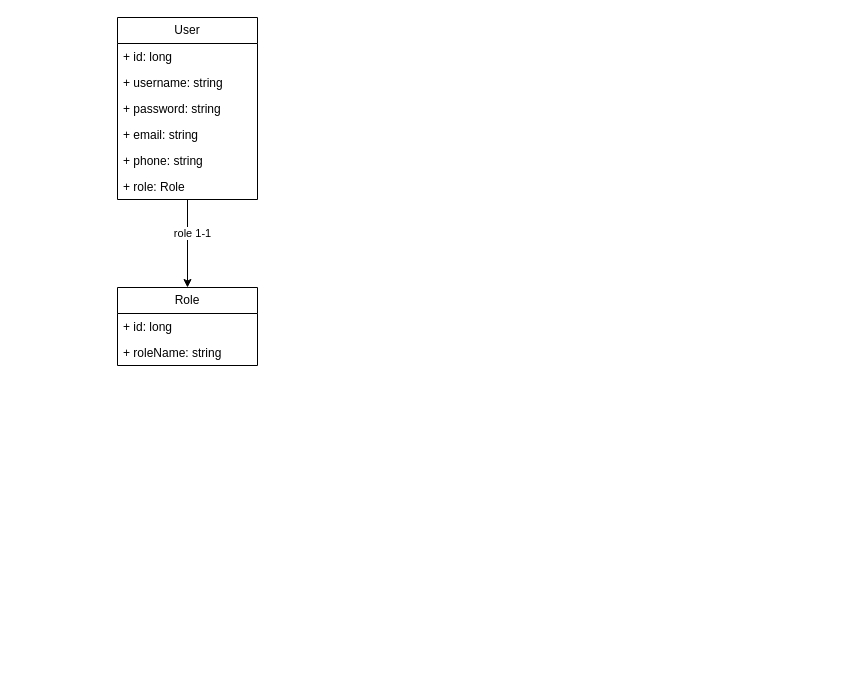
TDat79/TestC4_20_12 keeps this draw.io diagram as Untitled Diagram.drawio. Above is the earlier version. Source tidied: cells renumbered, new cells numbered last; positions are measured from the earlier drawing's top-left corner, leaving out a move shared by most shapes. Both pictures are drawn from the tidied source at 100%, with x=0, y=0 at pixel (117, 17).
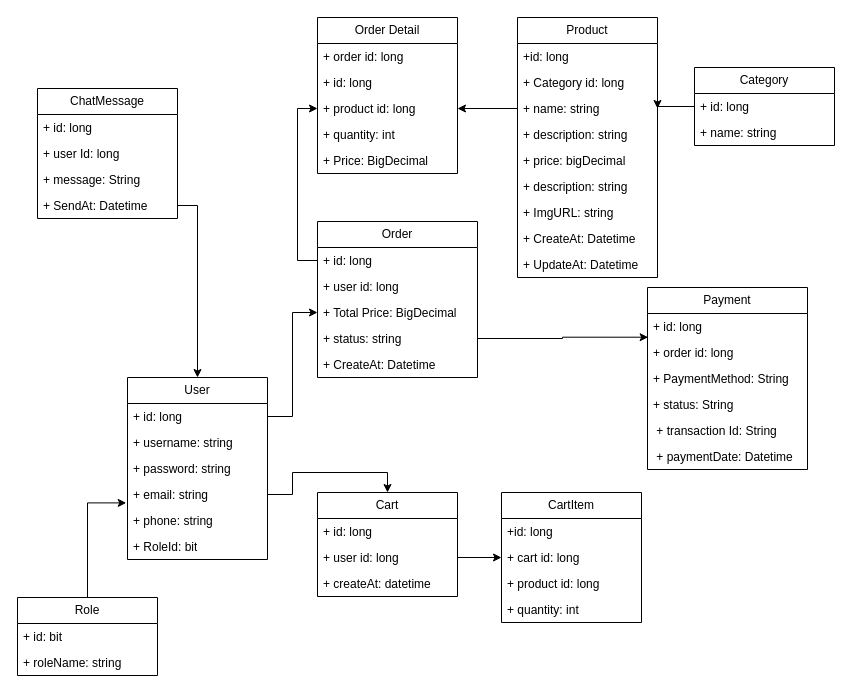
The same diagram, later.

Unchanged cells that the change refers to:
```xml
<mxCell id="5" value="+ id: long" style="text;strokeColor=none;fillColor=none;align=left;verticalAlign=top;spacingLeft=4;spacingRight=4;overflow=hidden;points=[[0,0.5],[1,0.5]];portConstraint=eastwest;whiteSpace=wrap;html=1;" parent="4" vertex="1">
  <mxGeometry y="26" width="140" height="26" as="geometry" />
</mxCell>
<mxCell id="8" value="+ email: string" style="text;strokeColor=none;fillColor=none;align=left;verticalAlign=top;spacingLeft=4;spacingRight=4;overflow=hidden;points=[[0,0.5],[1,0.5]];portConstraint=eastwest;whiteSpace=wrap;html=1;" parent="4" vertex="1">
  <mxGeometry y="104" width="140" height="26" as="geometry" />
</mxCell>
```

Diff of the diagram source:
```diff
@@
-    <mxCell id="2" style="edgeStyle=orthogonalEdgeStyle;rounded=0;jettySize=auto;html=1;entryX=0.5;entryY=0;entryDx=0;entryDy=0;" parent="1" edge="1" source="4" target="11">
-      <mxGeometry relative="1" as="geometry" />
-    </mxCell>
-    <mxCell id="3" value="role 1-1" style="edgeLabel;html=1;align=center;verticalAlign=middle;" parent="2" vertex="1">
-      <mxGeometry x="-0.25" y="4" relative="1" as="geometry" />
-    </mxCell>
     <mxCell id="4" value="User" style="swimlane;fontStyle=0;horizontal=1;startSize=26;fillColor=none;whiteSpace=wrap;html=1;" parent="1" vertex="1">
-      <mxGeometry width="140" height="182" as="geometry" />
+      <mxGeometry x="10" y="360" width="140" height="182" as="geometry" />
     </mxCell>
@@
-    <mxCell id="10" value="+ role: Role" style="text;strokeColor=none;fillColor=none;align=left;verticalAlign=top;spacingLeft=4;spacingRight=4;overflow=hidden;whiteSpace=wrap;html=1;" parent="4" vertex="1">
+    <mxCell id="10" value="+ RoleId: bit" style="text;strokeColor=none;fillColor=none;align=left;verticalAlign=top;spacingLeft=4;spacingRight=4;overflow=hidden;whiteSpace=wrap;html=1;" parent="4" vertex="1">
       <mxGeometry y="156" width="140" height="26" as="geometry" />
     </mxCell>
     <mxCell id="11" value="Role" style="swimlane;fontStyle=0;horizontal=1;startSize=26;fillColor=none;whiteSpace=wrap;html=1;" parent="1" vertex="1">
-      <mxGeometry y="270" width="140" height="78" as="geometry" />
+      <mxGeometry x="-100" y="580" width="140" height="78" as="geometry" />
     </mxCell>
-    <mxCell id="12" value="+ id: long" style="text;strokeColor=none;fillColor=none;align=left;verticalAlign=top;spacingLeft=4;spacingRight=4;overflow=hidden;whiteSpace=wrap;html=1;" parent="11" vertex="1">
+    <mxCell id="12" value="+ id: bit" style="text;strokeColor=none;fillColor=none;align=left;verticalAlign=top;spacingLeft=4;spacingRight=4;overflow=hidden;whiteSpace=wrap;html=1;" parent="11" vertex="1">
       <mxGeometry y="26" width="140" height="26" as="geometry" />
     </mxCell>
@@
+    <mxCell id="14" value="Product" style="swimlane;fontStyle=0;horizontal=1;startSize=26;fillColor=none;whiteSpace=wrap;html=1;" parent="1" vertex="1">
+      <mxGeometry x="400" width="140" height="260" as="geometry" />
+    </mxCell>
+    <mxCell id="15" value="+id: long" style="text;strokeColor=none;fillColor=none;align=left;verticalAlign=top;spacingLeft=4;spacingRight=4;overflow=hidden;whiteSpace=wrap;html=1;" parent="14" vertex="1">
+      <mxGeometry y="26" width="140" height="26" as="geometry" />
+    </mxCell>
+    <mxCell id="16" value="+ Category id: long" style="text;strokeColor=none;fillColor=none;align=left;verticalAlign=top;spacingLeft=4;spacingRight=4;overflow=hidden;whiteSpace=wrap;html=1;" parent="14" vertex="1">
+      <mxGeometry y="52" width="140" height="26" as="geometry" />
+    </mxCell>
+    <mxCell id="17" value="+ name: string" style="text;strokeColor=none;fillColor=none;align=left;verticalAlign=top;spacingLeft=4;spacingRight=4;overflow=hidden;points=[[0,0.5],[1,0.5]];portConstraint=eastwest;whiteSpace=wrap;html=1;" parent="14" vertex="1">
+      <mxGeometry y="78" width="140" height="26" as="geometry" />
+    </mxCell>
+    <mxCell id="18" value="+ description: string" style="text;strokeColor=none;fillColor=none;align=left;verticalAlign=top;spacingLeft=4;spacingRight=4;overflow=hidden;whiteSpace=wrap;html=1;" parent="14" vertex="1">
+      <mxGeometry y="104" width="140" height="26" as="geometry" />
+    </mxCell>
+    <mxCell id="19" value="+ price: bigDecimal" style="text;strokeColor=none;fillColor=none;align=left;verticalAlign=top;spacingLeft=4;spacingRight=4;overflow=hidden;whiteSpace=wrap;html=1;" parent="14" vertex="1">
+      <mxGeometry y="130" width="140" height="26" as="geometry" />
+    </mxCell>
+    <mxCell id="20" value="+ description: string" style="text;strokeColor=none;fillColor=none;align=left;verticalAlign=top;spacingLeft=4;spacingRight=4;overflow=hidden;whiteSpace=wrap;html=1;" parent="14" vertex="1">
+      <mxGeometry y="156" width="140" height="26" as="geometry" />
+    </mxCell>
+    <mxCell id="21" value="+ ImgURL: string" style="text;strokeColor=none;fillColor=none;align=left;verticalAlign=top;spacingLeft=4;spacingRight=4;overflow=hidden;whiteSpace=wrap;html=1;" parent="14" vertex="1">
+      <mxGeometry y="182" width="140" height="26" as="geometry" />
+    </mxCell>
+    <mxCell id="22" value="+ CreateAt: Datetime" style="text;strokeColor=none;fillColor=none;align=left;verticalAlign=top;spacingLeft=4;spacingRight=4;overflow=hidden;whiteSpace=wrap;html=1;" parent="14" vertex="1">
+      <mxGeometry y="208" width="140" height="26" as="geometry" />
+    </mxCell>
+    <mxCell id="23" value="+ UpdateAt: Datetime" style="text;strokeColor=none;fillColor=none;align=left;verticalAlign=top;spacingLeft=4;spacingRight=4;overflow=hidden;whiteSpace=wrap;html=1;" parent="14" vertex="1">
+      <mxGeometry y="234" width="140" height="26" as="geometry" />
+    </mxCell>
+    <mxCell id="24" value="Category" style="swimlane;fontStyle=0;horizontal=1;startSize=26;fillColor=none;whiteSpace=wrap;html=1;" parent="1" vertex="1">
+      <mxGeometry x="577" y="50" width="140" height="78" as="geometry" />
+    </mxCell>
+    <mxCell id="25" value="+ id: long" style="text;strokeColor=none;fillColor=none;align=left;verticalAlign=top;spacingLeft=4;spacingRight=4;overflow=hidden;points=[[0,0.5],[1,0.5]];portConstraint=eastwest;whiteSpace=wrap;html=1;" parent="24" vertex="1">
+      <mxGeometry y="26" width="140" height="26" as="geometry" />
+    </mxCell>
+    <mxCell id="26" value="+ name: string" style="text;strokeColor=none;fillColor=none;align=left;verticalAlign=top;spacingLeft=4;spacingRight=4;overflow=hidden;whiteSpace=wrap;html=1;" parent="24" vertex="1">
+      <mxGeometry y="52" width="140" height="26" as="geometry" />
+    </mxCell>
+    <mxCell id="27" value="Order" style="swimlane;fontStyle=0;horizontal=1;startSize=26;fillColor=none;whiteSpace=wrap;html=1;" parent="1" vertex="1">
+      <mxGeometry x="200" y="204" width="160" height="156" as="geometry" />
+    </mxCell>
+    <mxCell id="28" value="+ id: long" style="text;strokeColor=none;fillColor=none;align=left;verticalAlign=top;spacingLeft=4;spacingRight=4;overflow=hidden;points=[[0,0.5],[1,0.5]];portConstraint=eastwest;whiteSpace=wrap;html=1;" parent="27" vertex="1">
+      <mxGeometry y="26" width="160" height="26" as="geometry" />
+    </mxCell>
+    <mxCell id="29" value="+ user id: long" style="text;strokeColor=none;fillColor=none;align=left;verticalAlign=top;spacingLeft=4;spacingRight=4;overflow=hidden;whiteSpace=wrap;html=1;" parent="27" vertex="1">
+      <mxGeometry y="52" width="160" height="26" as="geometry" />
+    </mxCell>
+    <mxCell id="30" value="+ Total Price: BigDecimal" style="text;strokeColor=none;fillColor=none;align=left;verticalAlign=top;spacingLeft=4;spacingRight=4;overflow=hidden;points=[[0,0.5],[1,0.5]];portConstraint=eastwest;whiteSpace=wrap;html=1;" parent="27" vertex="1">
+      <mxGeometry y="78" width="160" height="26" as="geometry" />
+    </mxCell>
+    <mxCell id="31" value="+ status: string" style="text;strokeColor=none;fillColor=none;align=left;verticalAlign=top;spacingLeft=4;spacingRight=4;overflow=hidden;points=[[0,0.5],[1,0.5]];portConstraint=eastwest;whiteSpace=wrap;html=1;" parent="27" vertex="1">
+      <mxGeometry y="104" width="160" height="26" as="geometry" />
+    </mxCell>
+    <mxCell id="32" value="+ CreateAt: Datetime" style="text;strokeColor=none;fillColor=none;align=left;verticalAlign=top;spacingLeft=4;spacingRight=4;overflow=hidden;whiteSpace=wrap;html=1;" parent="27" vertex="1">
+      <mxGeometry y="130" width="160" height="26" as="geometry" />
+    </mxCell>
+    <mxCell id="33" value="Order Detail" style="swimlane;fontStyle=0;horizontal=1;startSize=26;fillColor=none;whiteSpace=wrap;html=1;" parent="1" vertex="1">
+      <mxGeometry x="200" width="140" height="156" as="geometry" />
+    </mxCell>
+    <mxCell id="34" value="+ order id: long" style="text;strokeColor=none;fillColor=none;align=left;verticalAlign=top;spacingLeft=4;spacingRight=4;overflow=hidden;whiteSpace=wrap;html=1;" parent="33" vertex="1">
+      <mxGeometry y="26" width="140" height="26" as="geometry" />
+    </mxCell>
+    <mxCell id="35" value="+ id: long&lt;span style=&quot;white-space: pre;&quot;&gt;&#9;&lt;/span&gt;" style="text;strokeColor=none;fillColor=none;align=left;verticalAlign=top;spacingLeft=4;spacingRight=4;overflow=hidden;whiteSpace=wrap;html=1;" parent="33" vertex="1">
+      <mxGeometry y="52" width="140" height="26" as="geometry" />
+    </mxCell>
+    <mxCell id="36" value="+ product id: long" style="text;strokeColor=none;fillColor=none;align=left;verticalAlign=top;spacingLeft=4;spacingRight=4;overflow=hidden;points=[[0,0.5],[1,0.5]];portConstraint=eastwest;whiteSpace=wrap;html=1;" parent="33" vertex="1">
+      <mxGeometry y="78" width="140" height="26" as="geometry" />
+    </mxCell>
+    <mxCell id="37" value="+ quantity: int" style="text;strokeColor=none;fillColor=none;align=left;verticalAlign=top;spacingLeft=4;spacingRight=4;overflow=hidden;whiteSpace=wrap;html=1;" parent="33" vertex="1">
+      <mxGeometry y="104" width="140" height="26" as="geometry" />
+    </mxCell>
+    <mxCell id="38" value="+ Price: BigDecimal" style="text;strokeColor=none;fillColor=none;align=left;verticalAlign=top;spacingLeft=4;spacingRight=4;overflow=hidden;whiteSpace=wrap;html=1;" parent="33" vertex="1">
+      <mxGeometry y="130" width="140" height="26" as="geometry" />
+    </mxCell>
+    <mxCell id="39" style="edgeStyle=orthogonalEdgeStyle;rounded=0;jettySize=auto;html=1;exitX=0.5;exitY=0;exitDx=0;exitDy=0;entryX=-0.009;entryY=0.823;entryDx=0;entryDy=0;entryPerimeter=0;" parent="1" edge="1" source="11" target="8">
+      <mxGeometry relative="1" as="geometry" />
+    </mxCell>
+    <mxCell id="40" value="Payment" style="swimlane;fontStyle=0;horizontal=1;startSize=26;fillColor=none;whiteSpace=wrap;html=1;" parent="1" vertex="1">
+      <mxGeometry x="530" y="270" width="160" height="182" as="geometry" />
+    </mxCell>
+    <mxCell id="41" value="+ id: long" style="text;strokeColor=none;fillColor=none;align=left;verticalAlign=top;spacingLeft=4;spacingRight=4;overflow=hidden;whiteSpace=wrap;html=1;" parent="40" vertex="1">
+      <mxGeometry y="26" width="160" height="26" as="geometry" />
+    </mxCell>
+    <mxCell id="42" value="+ order id: long" style="text;strokeColor=none;fillColor=none;align=left;verticalAlign=top;spacingLeft=4;spacingRight=4;overflow=hidden;points=[[0,0.5],[1,0.5]];portConstraint=eastwest;whiteSpace=wrap;html=1;" parent="40" vertex="1">
+      <mxGeometry y="52" width="160" height="26" as="geometry" />
+    </mxCell>
+    <mxCell id="43" value="+ PaymentMethod: String" style="text;strokeColor=none;fillColor=none;align=left;verticalAlign=top;spacingLeft=4;spacingRight=4;overflow=hidden;whiteSpace=wrap;html=1;" parent="40" vertex="1">
+      <mxGeometry y="78" width="160" height="26" as="geometry" />
+    </mxCell>
+    <mxCell id="44" value="+ status: String" style="text;strokeColor=none;fillColor=none;align=left;verticalAlign=top;spacingLeft=4;spacingRight=4;overflow=hidden;whiteSpace=wrap;html=1;" parent="40" vertex="1">
+      <mxGeometry y="104" width="160" height="26" as="geometry" />
+    </mxCell>
+    <mxCell id="45" value="&amp;nbsp;+ transaction Id: String&amp;nbsp;" style="text;strokeColor=none;fillColor=none;align=left;verticalAlign=top;spacingLeft=4;spacingRight=4;overflow=hidden;whiteSpace=wrap;html=1;" parent="40" vertex="1">
+      <mxGeometry y="130" width="160" height="26" as="geometry" />
+    </mxCell>
+    <mxCell id="46" value="&amp;nbsp;+ paymentDate: Datetime&lt;div&gt;&amp;nbsp;&lt;/div&gt;" style="text;strokeColor=none;fillColor=none;align=left;verticalAlign=top;spacingLeft=4;spacingRight=4;overflow=hidden;whiteSpace=wrap;html=1;" parent="40" vertex="1">
+      <mxGeometry y="156" width="160" height="26" as="geometry" />
+    </mxCell>
+    <mxCell id="47" value="Cart" style="swimlane;fontStyle=0;horizontal=1;startSize=26;fillColor=none;whiteSpace=wrap;html=1;" parent="1" vertex="1">
+      <mxGeometry x="200" y="475" width="140" height="104" as="geometry" />
+    </mxCell>
+    <mxCell id="48" value="+ id: long" style="text;strokeColor=none;fillColor=none;align=left;verticalAlign=top;spacingLeft=4;spacingRight=4;overflow=hidden;whiteSpace=wrap;html=1;" parent="47" vertex="1">
+      <mxGeometry y="26" width="140" height="26" as="geometry" />
+    </mxCell>
+    <mxCell id="49" value="+ user id: long" style="text;strokeColor=none;fillColor=none;align=left;verticalAlign=top;spacingLeft=4;spacingRight=4;overflow=hidden;points=[[0,0.5],[1,0.5]];portConstraint=eastwest;whiteSpace=wrap;html=1;" parent="47" vertex="1">
+      <mxGeometry y="52" width="140" height="26" as="geometry" />
+    </mxCell>
+    <mxCell id="50" value="+ createAt: datetime&lt;div&gt;&lt;br&gt;&lt;/div&gt;" style="text;strokeColor=none;fillColor=none;align=left;verticalAlign=top;spacingLeft=4;spacingRight=4;overflow=hidden;whiteSpace=wrap;html=1;" parent="47" vertex="1">
+      <mxGeometry y="78" width="140" height="26" as="geometry" />
+    </mxCell>
+    <mxCell id="51" value="CartItem" style="swimlane;fontStyle=0;horizontal=1;startSize=26;fillColor=none;whiteSpace=wrap;html=1;" parent="1" vertex="1">
+      <mxGeometry x="384" y="475" width="140" height="130" as="geometry" />
+    </mxCell>
+    <mxCell id="52" value="+id: long" style="text;strokeColor=none;fillColor=none;align=left;verticalAlign=top;spacingLeft=4;spacingRight=4;overflow=hidden;whiteSpace=wrap;html=1;" parent="51" vertex="1">
+      <mxGeometry y="26" width="140" height="26" as="geometry" />
+    </mxCell>
+    <mxCell id="53" value="+ cart id: long" style="text;strokeColor=none;fillColor=none;align=left;verticalAlign=top;spacingLeft=4;spacingRight=4;overflow=hidden;points=[[0,0.5],[1,0.5]];portConstraint=eastwest;whiteSpace=wrap;html=1;" parent="51" vertex="1">
+      <mxGeometry y="52" width="140" height="26" as="geometry" />
+    </mxCell>
+    <mxCell id="54" value="+ product id: long" style="text;strokeColor=none;fillColor=none;align=left;verticalAlign=top;spacingLeft=4;spacingRight=4;overflow=hidden;whiteSpace=wrap;html=1;" parent="51" vertex="1">
+      <mxGeometry y="78" width="140" height="26" as="geometry" />
+    </mxCell>
+    <mxCell id="55" value="+ quantity: int" style="text;strokeColor=none;fillColor=none;align=left;verticalAlign=top;spacingLeft=4;spacingRight=4;overflow=hidden;whiteSpace=wrap;html=1;" parent="51" vertex="1">
+      <mxGeometry y="104" width="140" height="26" as="geometry" />
+    </mxCell>
+    <mxCell id="56" style="edgeStyle=orthogonalEdgeStyle;rounded=0;jettySize=auto;html=1;exitX=1;exitY=0.5;exitDx=0;exitDy=0;entryX=0.5;entryY=0;entryDx=0;entryDy=0;" parent="1" edge="1" source="8" target="47">
+      <mxGeometry relative="1" as="geometry" />
+    </mxCell>
+    <mxCell id="57" style="edgeStyle=orthogonalEdgeStyle;rounded=0;jettySize=auto;html=1;exitX=1;exitY=0.5;exitDx=0;exitDy=0;entryX=0;entryY=0.5;entryDx=0;entryDy=0;" parent="1" edge="1" source="5" target="30">
+      <mxGeometry relative="1" as="geometry" />
+    </mxCell>
+    <mxCell id="58" value="ChatMessage" style="swimlane;fontStyle=0;horizontal=1;startSize=26;fillColor=none;whiteSpace=wrap;html=1;" parent="1" vertex="1">
+      <mxGeometry x="-80" y="71" width="140" height="130" as="geometry" />
+    </mxCell>
+    <mxCell id="59" value="+ id: long" style="text;strokeColor=none;fillColor=none;align=left;verticalAlign=top;spacingLeft=4;spacingRight=4;overflow=hidden;whiteSpace=wrap;html=1;" parent="58" vertex="1">
+      <mxGeometry y="26" width="140" height="26" as="geometry" />
+    </mxCell>
+    <mxCell id="60" value="+ user Id: long" style="text;strokeColor=none;fillColor=none;align=left;verticalAlign=top;spacingLeft=4;spacingRight=4;overflow=hidden;whiteSpace=wrap;html=1;" parent="58" vertex="1">
+      <mxGeometry y="52" width="140" height="26" as="geometry" />
+    </mxCell>
+    <mxCell id="61" value="+ message: String" style="text;strokeColor=none;fillColor=none;align=left;verticalAlign=top;spacingLeft=4;spacingRight=4;overflow=hidden;whiteSpace=wrap;html=1;" parent="58" vertex="1">
+      <mxGeometry y="78" width="140" height="26" as="geometry" />
+    </mxCell>
+    <mxCell id="62" value="+ SendAt: Datetime" style="text;strokeColor=none;fillColor=none;align=left;verticalAlign=top;spacingLeft=4;spacingRight=4;overflow=hidden;points=[[0,0.5],[1,0.5]];portConstraint=eastwest;whiteSpace=wrap;html=1;" parent="58" vertex="1">
+      <mxGeometry y="104" width="140" height="26" as="geometry" />
+    </mxCell>
+    <mxCell id="63" style="edgeStyle=orthogonalEdgeStyle;rounded=0;jettySize=auto;html=1;exitX=1;exitY=0.5;exitDx=0;exitDy=0;entryX=0.5;entryY=0;entryDx=0;entryDy=0;" parent="1" edge="1" source="62" target="4">
+      <mxGeometry relative="1" as="geometry" />
+    </mxCell>
+    <mxCell id="64" style="edgeStyle=orthogonalEdgeStyle;rounded=0;jettySize=auto;html=1;exitX=1;exitY=0.5;exitDx=0;exitDy=0;entryX=0;entryY=0.5;entryDx=0;entryDy=0;" parent="1" edge="1" source="49" target="53">
+      <mxGeometry relative="1" as="geometry" />
+    </mxCell>
+    <mxCell id="65" style="edgeStyle=orthogonalEdgeStyle;rounded=0;jettySize=auto;html=1;exitX=1;exitY=0.5;exitDx=0;exitDy=0;entryX=0.004;entryY=-0.088;entryDx=0;entryDy=0;entryPerimeter=0;" parent="1" edge="1" source="31" target="42">
+      <mxGeometry relative="1" as="geometry" />
+    </mxCell>
+    <mxCell id="66" style="edgeStyle=orthogonalEdgeStyle;rounded=0;jettySize=auto;html=1;exitX=0;exitY=0.5;exitDx=0;exitDy=0;entryX=0;entryY=0.5;entryDx=0;entryDy=0;" parent="1" edge="1" source="28" target="36">
+      <mxGeometry relative="1" as="geometry" />
+    </mxCell>
+    <mxCell id="67" style="edgeStyle=orthogonalEdgeStyle;rounded=0;jettySize=auto;html=1;exitX=0;exitY=0.5;exitDx=0;exitDy=0;entryX=1;entryY=0.5;entryDx=0;entryDy=0;" parent="1" edge="1" source="25" target="17">
+      <mxGeometry relative="1" as="geometry" />
+    </mxCell>
+    <mxCell id="68" style="edgeStyle=orthogonalEdgeStyle;rounded=0;jettySize=auto;html=1;exitX=0;exitY=0.5;exitDx=0;exitDy=0;entryX=1;entryY=0.5;entryDx=0;entryDy=0;" parent="1" edge="1" source="17" target="36">
+      <mxGeometry relative="1" as="geometry" />
+    </mxCell>
```
